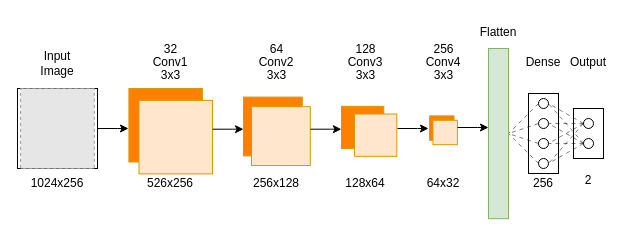
Mikkelnn/ESD7-Project keeps this draw.io diagram as figures/systemDesign/targetDetection/singleTargetSingleFrame.drawio. Above is the earlier version. Source tidied: cells renumbered, new cells numbered last; positions are measured from the earlier drawing's top-left corner, leaving out a move shared by most shapes. Both pictures are drawn from the tidied source at 100%, with x=0, y=0 at pixel (17, 17). Pictures stored in the file or linked from it are replaced by grey dashed boxes.
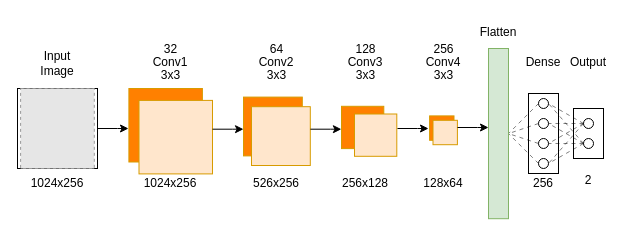
The same page after the edit.

What changed in the source:
```diff
@@
     <mxCell id="62" value="526x256" style="text;html=1;whiteSpace=wrap;strokeColor=none;fillColor=none;align=center;verticalAlign=middle;rounded=0;fontFamily=Project Font;" parent="1" vertex="1">
-      <mxGeometry x="123.2" y="151" width="60" height="30" as="geometry" />
+      <mxGeometry x="229.4" y="151" width="60" height="30" as="geometry" />
     </mxCell>
     <mxCell id="63" value="256x128" style="text;html=1;whiteSpace=wrap;strokeColor=none;fillColor=none;align=center;verticalAlign=middle;rounded=0;fontFamily=Project Font;" parent="1" vertex="1">
-      <mxGeometry x="229.4" y="151" width="60" height="30" as="geometry" />
+      <mxGeometry x="318.1" y="151" width="60" height="30" as="geometry" />
     </mxCell>
     <mxCell id="64" value="128x64" style="text;html=1;whiteSpace=wrap;strokeColor=none;fillColor=none;align=center;verticalAlign=middle;rounded=0;fontFamily=Project Font;" parent="1" vertex="1">
-      <mxGeometry x="318.1" y="151" width="60" height="30" as="geometry" />
+      <mxGeometry x="396.1" y="151" width="60" height="30" as="geometry" />
     </mxCell>
-    <mxCell id="65" value="64x32" style="text;html=1;whiteSpace=wrap;strokeColor=none;fillColor=none;align=center;verticalAlign=middle;rounded=0;fontFamily=Project Font;" parent="1" vertex="1">
-      <mxGeometry x="396.1" y="151" width="60" height="30" as="geometry" />
-    </mxCell>
+    <mxCell id="66" value="1024x256" style="text;html=1;whiteSpace=wrap;strokeColor=none;fillColor=none;align=center;verticalAlign=middle;rounded=0;fontFamily=Project Font;" parent="1" vertex="1">
+      <mxGeometry x="123.2" y="151" width="60" height="30" as="geometry" />
+    </mxCell>
```
